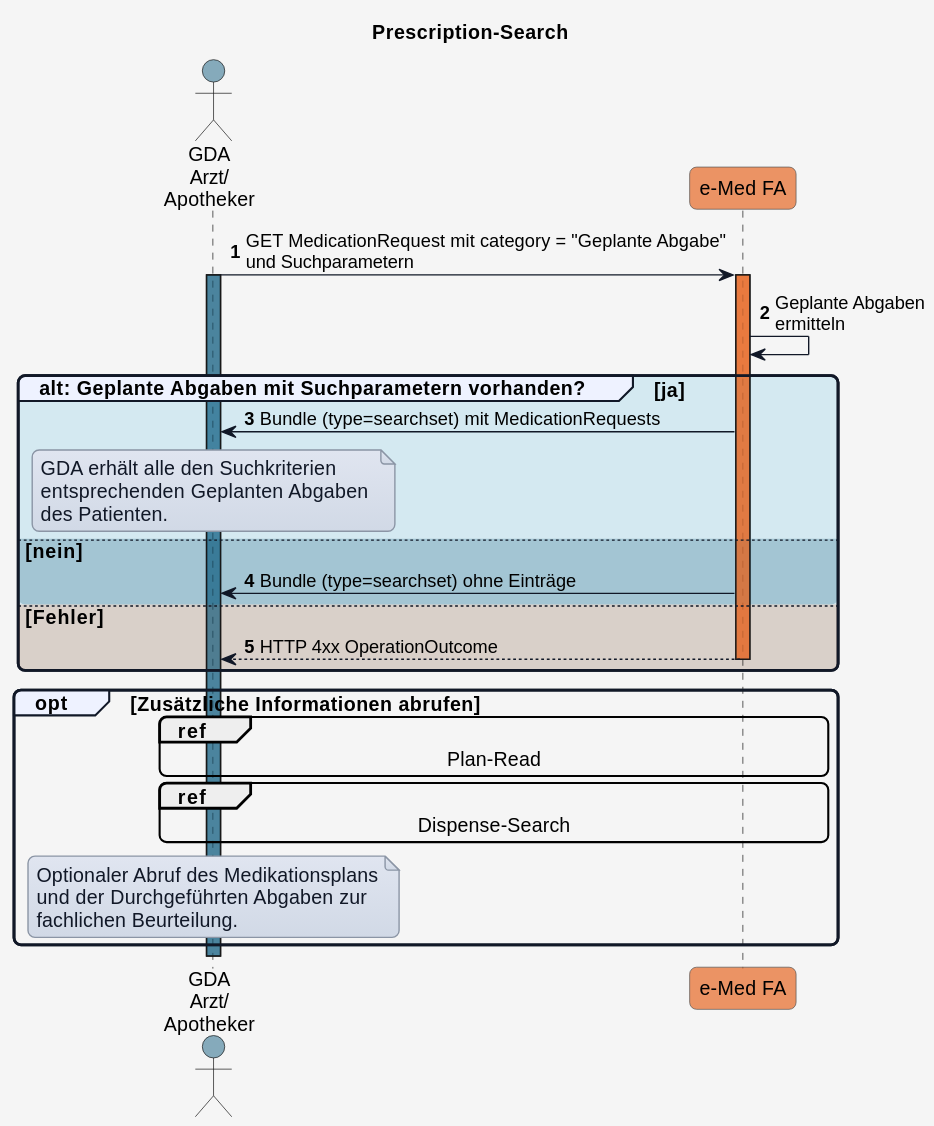
The PlantUML diagram input/images/plantuml/UC_eMed_07_01.svg in HL7Austria/ELGA-e-Medikation-R4, before a commit.
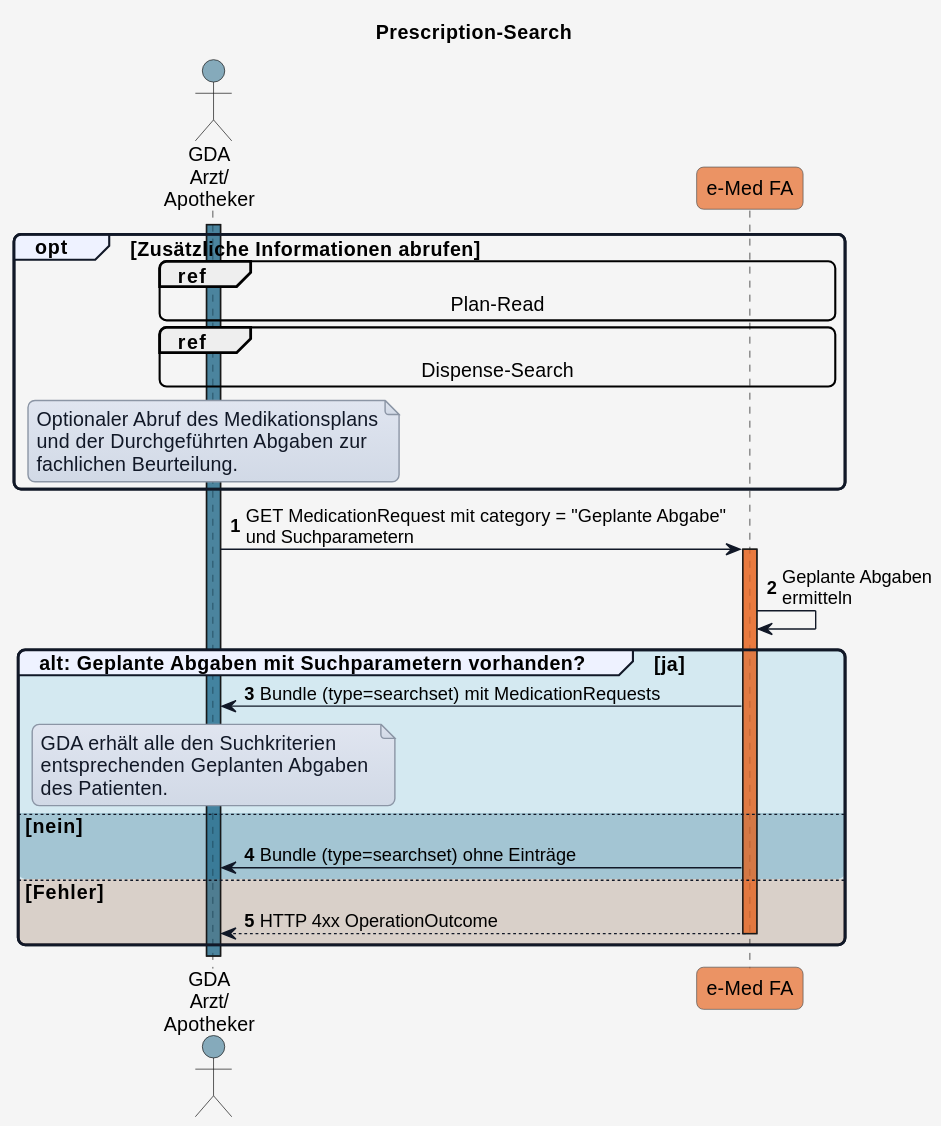
After the commit.

Change to the diagram source:
```diff
@@ -54,8 +54,29 @@
 
 autonumber
 
+opt Zusätzliche Informationen abrufen
+
+    ref over GDA_1,eMed_FA
+    Plan-Read
+    end ref
+
+    ref over GDA_1,eMed_FA
+    Dispense-Search
+    end ref
+
+    note over GDA_1
+    Optionaler Abruf des Medikationsplans
+    und der Durchgeführten Abgaben zur
+    fachlichen Beurteilung.
+    end note
+
+end
+
+activate GDA_1 COLOR_GDA_1
+
 GDA_1 -> eMed_FA: GET MedicationRequest mit category = "Geplante Abgabe"\nund Suchparametern
-activate GDA_1 COLOR_GDA_1
+
+
 activate eMed_FA COLOR_EMED_FA
 
 eMed_FA -> eMed_FA: Geplante Abgaben\nermitteln
@@ -77,23 +98,4 @@
   deactivate eMed_FA
 
 end
-
-
-opt Zusätzliche Informationen abrufen
-
-    ref over GDA_1,eMed_FA
-    Plan-Read
-    end ref
-
-    ref over GDA_1,eMed_FA
-    Dispense-Search
-    end ref
-
-    note over GDA_1
-    Optionaler Abruf des Medikationsplans
-    und der Durchgeführten Abgaben zur
-    fachlichen Beurteilung.
-    end note
-
-end
 @enduml
```
